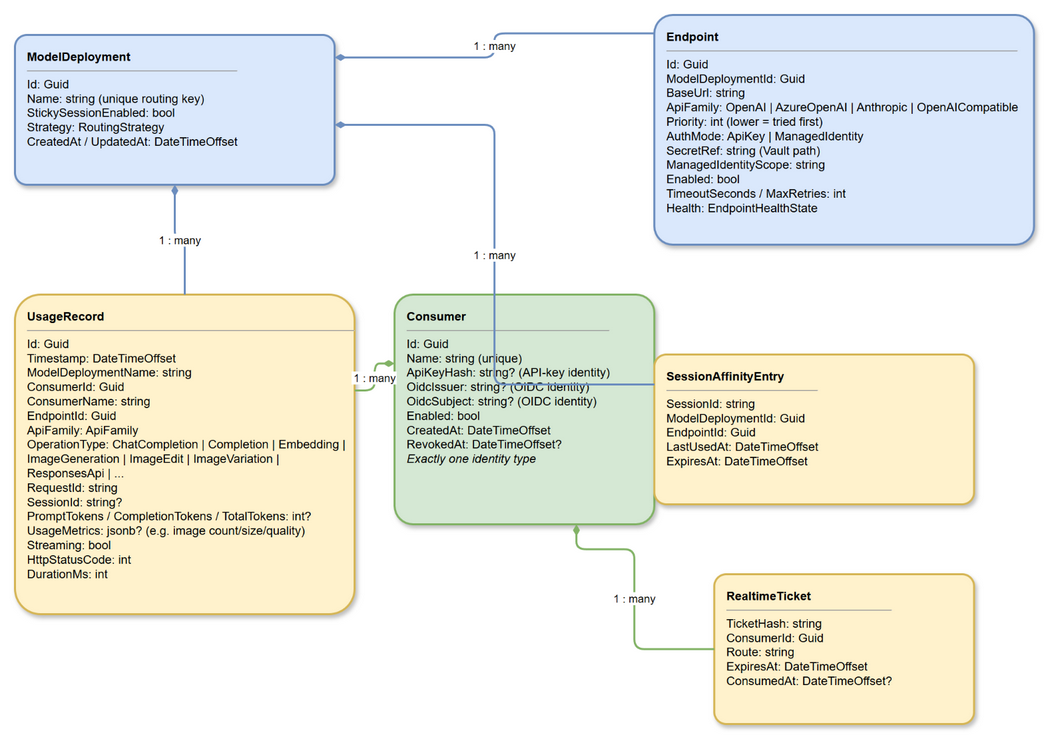
Before: specs/architecture/diagrams/02-domain-model.png, a diagram exported from draw.io (azureholic/AIProxyPlus). Source tidied: cells renumbered, new cells last; positions are measured from the earlier drawing's top-left corner, leaving out a move shared by most shapes.
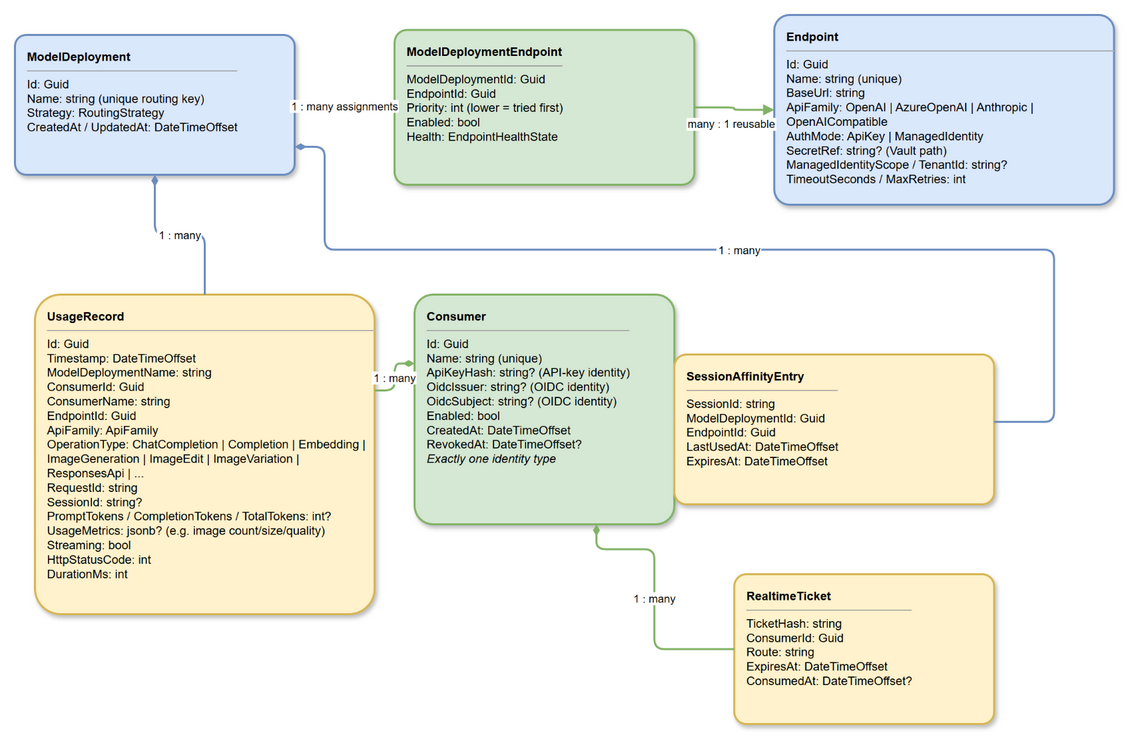
After the commit.

Change to the diagram source:
```diff
@@ -2,11 +2,14 @@
   <root>
     <mxCell id="0" />
     <mxCell id="1" parent="0" />
-    <mxCell id="2" value="&lt;b&gt;ModelDeployment&lt;/b&gt;&lt;hr size=1&gt;Id: Guid&lt;br&gt;Name: string (unique routing key)&lt;br&gt;StickySessionEnabled: bool&lt;br&gt;Strategy: RoutingStrategy&lt;br&gt;CreatedAt / UpdatedAt: DateTimeOffset" style="rounded=1;whiteSpace=wrap;html=1;fillColor=#dae8fc;strokeColor=#6c8ebf;strokeWidth=2;arcSize=8;shadow=1;align=left;verticalAlign=top;spacingLeft=10;spacingTop=8;fontSize=12;" parent="1" vertex="1">
-      <mxGeometry y="20" width="320" height="150" as="geometry" />
+    <mxCell id="2" value="&lt;b&gt;ModelDeployment&lt;/b&gt;&lt;hr size=1&gt;Id: Guid&lt;br&gt;Name: string (unique routing key)&lt;br&gt;Strategy: RoutingStrategy&lt;br&gt;CreatedAt / UpdatedAt: DateTimeOffset" style="rounded=1;whiteSpace=wrap;html=1;fillColor=#dae8fc;strokeColor=#6c8ebf;strokeWidth=2;arcSize=8;shadow=1;align=left;verticalAlign=top;spacingLeft=10;spacingTop=8;fontSize=12;" parent="1" vertex="1">
+      <mxGeometry x="-20" y="20" width="280" height="140" as="geometry" />
     </mxCell>
+    <mxCell id="13" value="&lt;b&gt;ModelDeploymentEndpoint&lt;/b&gt;&lt;hr size=1&gt;ModelDeploymentId: Guid&lt;br&gt;EndpointId: Guid&lt;br&gt;Priority: int (lower = tried first)&lt;br&gt;Enabled: bool&lt;br&gt;Health: EndpointHealthState" style="rounded=1;whiteSpace=wrap;html=1;fillColor=#d5e8d4;strokeColor=#82b366;strokeWidth=2;arcSize=8;shadow=1;align=left;verticalAlign=top;spacingLeft=10;spacingTop=8;fontSize=12;" parent="1" vertex="1">
+      <mxGeometry x="360" y="15" width="300" height="155" as="geometry" />
+    </mxCell>
-    <mxCell id="3" value="&lt;b&gt;Endpoint&lt;/b&gt;&lt;hr size=1&gt;Id: Guid&lt;br&gt;ModelDeploymentId: Guid&lt;br&gt;BaseUrl: string&lt;br&gt;ApiFamily: OpenAI | AzureOpenAI | Anthropic | OpenAICompatible&lt;br&gt;Priority: int (lower = tried first)&lt;br&gt;AuthMode: ApiKey | ManagedIdentity&lt;br&gt;SecretRef: string (Vault path)&lt;br&gt;ManagedIdentityScope: string&lt;br&gt;Enabled: bool&lt;br&gt;TimeoutSeconds / MaxRetries: int&lt;br&gt;Health: EndpointHealthState" style="rounded=1;whiteSpace=wrap;html=1;fillColor=#dae8fc;strokeColor=#6c8ebf;strokeWidth=2;arcSize=8;shadow=1;align=left;verticalAlign=top;spacingLeft=10;spacingTop=8;fontSize=12;" parent="1" vertex="1">
-      <mxGeometry x="640" width="380" height="230" as="geometry" />
+    <mxCell id="3" value="&lt;b&gt;Endpoint&lt;/b&gt;&lt;hr size=1&gt;Id: Guid&lt;br&gt;Name: string (unique)&lt;br&gt;BaseUrl: string&lt;br&gt;ApiFamily: OpenAI | AzureOpenAI | Anthropic | OpenAICompatible&lt;br&gt;AuthMode: ApiKey | ManagedIdentity&lt;br&gt;SecretRef: string? (Vault path)&lt;br&gt;ManagedIdentityScope / TenantId: string?&lt;br&gt;TimeoutSeconds / MaxRetries: int" style="rounded=1;whiteSpace=wrap;html=1;fillColor=#dae8fc;strokeColor=#6c8ebf;strokeWidth=2;arcSize=8;shadow=1;align=left;verticalAlign=top;spacingLeft=10;spacingTop=8;fontSize=12;" parent="1" vertex="1">
+      <mxGeometry x="740" width="340" height="190" as="geometry" />
     </mxCell>
     <mxCell id="4" value="&lt;b&gt;UsageRecord&lt;/b&gt;&lt;hr size=1&gt;Id: Guid&lt;br&gt;Timestamp: DateTimeOffset&lt;br&gt;ModelDeploymentName: string&lt;br&gt;ConsumerId: Guid&lt;br&gt;ConsumerName: string&lt;br&gt;EndpointId: Guid&lt;br&gt;ApiFamily: ApiFamily&lt;br&gt;OperationType: ChatCompletion | Completion | Embedding | ImageGeneration | ImageEdit | ImageVariation | ResponsesApi | ...&lt;br&gt;RequestId: string&lt;br&gt;SessionId: string?&lt;br&gt;PromptTokens / CompletionTokens / TotalTokens: int?&lt;br&gt;UsageMetrics: jsonb? (e.g. image count/size/quality)&lt;br&gt;Streaming: bool&lt;br&gt;HttpStatusCode: int&lt;br&gt;DurationMs: int" style="rounded=1;whiteSpace=wrap;html=1;fillColor=#fff2cc;strokeColor=#d6b656;strokeWidth=2;arcSize=8;shadow=1;align=left;verticalAlign=top;spacingLeft=10;spacingTop=8;fontSize=12;" parent="1" vertex="1">
       <mxGeometry y="280" width="340" height="320" as="geometry" />
@@ -20,14 +23,23 @@
     <mxCell id="7" value="&lt;b&gt;SessionAffinityEntry&lt;/b&gt;&lt;hr size=1&gt;SessionId: string&lt;br&gt;ModelDeploymentId: Guid&lt;br&gt;EndpointId: Guid&lt;br&gt;LastUsedAt: DateTimeOffset&lt;br&gt;ExpiresAt: DateTimeOffset" style="rounded=1;whiteSpace=wrap;html=1;fillColor=#fff2cc;strokeColor=#d6b656;strokeWidth=2;arcSize=8;shadow=1;align=left;verticalAlign=top;spacingLeft=10;spacingTop=8;fontSize=12;" parent="1" vertex="1">
       <mxGeometry x="640" y="340" width="320" height="150" as="geometry" />
     </mxCell>
-    <mxCell id="8" value="1 : many" style="edgeStyle=orthogonalEdgeStyle;rounded=1;strokeColor=#6c8ebf;strokeWidth=2;fontSize=11;startArrow=diamondThin;startFill=1;endArrow=none;labelBackgroundColor=#ffffff;exitX=1;exitY=0.15;exitDx=0;exitDy=0;entryX=0;entryY=0.08;entryDx=0;entryDy=0;" parent="1" edge="1" source="2" target="3">
+    <mxCell id="8" value="1 : many assignments" style="edgeStyle=orthogonalEdgeStyle;rounded=1;strokeColor=#6c8ebf;strokeWidth=2;fontSize=11;startArrow=diamondThin;startFill=1;endArrow=none;labelBackgroundColor=#ffffff;" parent="1" edge="1" source="2" target="13">
       <mxGeometry relative="1" as="geometry" />
     </mxCell>
+    <mxCell id="14" value="many : 1 reusable" style="edgeStyle=orthogonalEdgeStyle;rounded=1;strokeColor=#82b366;strokeWidth=2;fontSize=11;startArrow=none;endArrow=block;endFill=1;labelBackgroundColor=#ffffff;" parent="1" edge="1" source="13" target="3">
+      <mxGeometry x="-0.1" y="-16" relative="1" as="geometry" />
+    </mxCell>
     <mxCell id="9" value="1 : many" style="edgeStyle=orthogonalEdgeStyle;rounded=1;strokeColor=#6c8ebf;strokeWidth=2;fontSize=11;startArrow=diamondThin;startFill=1;endArrow=none;labelBackgroundColor=#ffffff;" parent="1" edge="1" source="2" target="4">
       <mxGeometry relative="1" as="geometry" />
     </mxCell>
-    <mxCell id="10" value="1 : many" style="edgeStyle=orthogonalEdgeStyle;rounded=1;strokeColor=#6c8ebf;strokeWidth=2;fontSize=11;startArrow=diamondThin;startFill=1;endArrow=none;labelBackgroundColor=#ffffff;exitX=1;exitY=0.6;exitDx=0;exitDy=0;entryX=0;entryY=0.2;entryDx=0;entryDy=0;" parent="1" edge="1" source="2" target="7">
-      <mxGeometry relative="1" as="geometry" />
+    <mxCell id="10" value="1 : many" style="edgeStyle=orthogonalEdgeStyle;rounded=1;strokeColor=#6c8ebf;strokeWidth=2;fontSize=11;startArrow=diamondThin;startFill=1;endArrow=none;labelBackgroundColor=#ffffff;exitX=1;exitY=0.8;exitDx=0;exitDy=0;entryX=1;entryY=0.45;entryDx=0;entryDy=0;" parent="1" edge="1" source="2" target="7">
+      <mxGeometry relative="1" as="geometry">
+        <Array as="points">
+          <mxPoint x="290" y="235" />
+          <mxPoint x="1020" y="235" />
+          <mxPoint x="1020" y="408" />
+        </Array>
+      </mxGeometry>
     </mxCell>
     <mxCell id="11" value="1 : many" style="edgeStyle=orthogonalEdgeStyle;rounded=1;strokeColor=#82b366;strokeWidth=2;fontSize=11;startArrow=diamondThin;startFill=1;endArrow=none;labelBackgroundColor=#ffffff;exitX=0;exitY=0.3;exitDx=0;exitDy=0;entryX=1;entryY=0.3;entryDx=0;entryDy=0;" parent="1" edge="1" source="5" target="4">
       <mxGeometry relative="1" as="geometry" />
```
